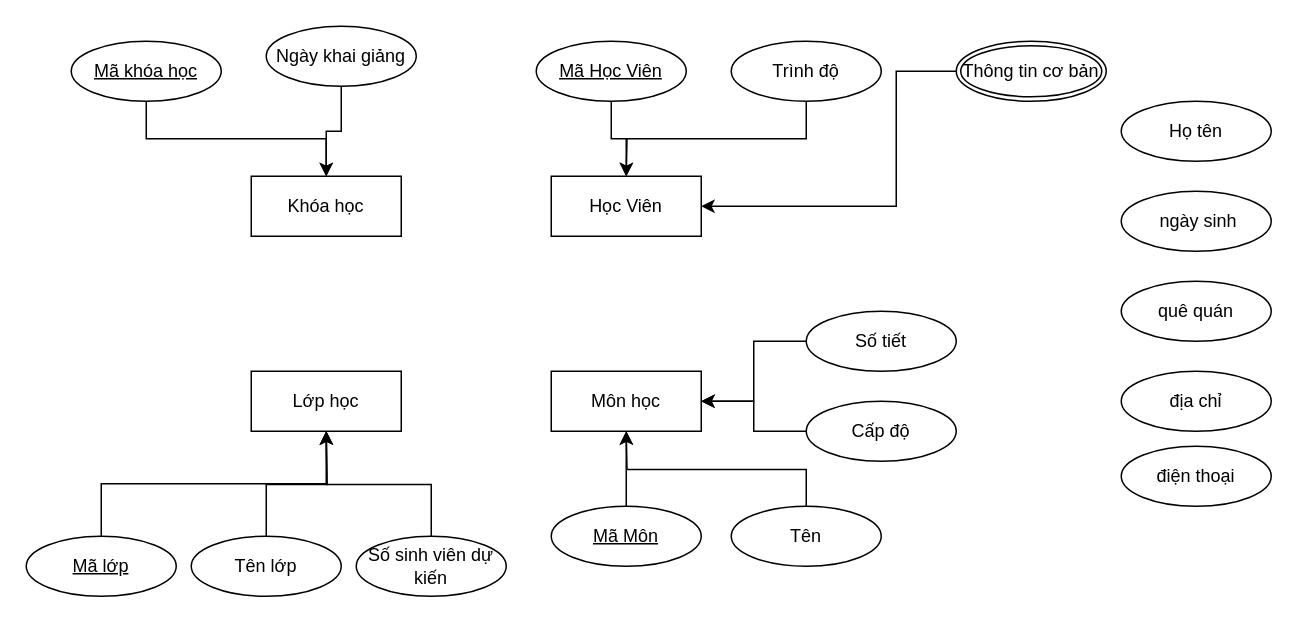
reality8080/DB_Chapter5_HW keeps this draw.io diagram as DB_Chapter5_HW.drawio. Above is the earlier version. Source tidied: cells renumbered, new cells numbered last; positions are measured from the earlier drawing's top-left corner, leaving out a move shared by most shapes. Both pictures are drawn from the tidied source at 150%, with x=0, y=0 at pixel (26, 26).
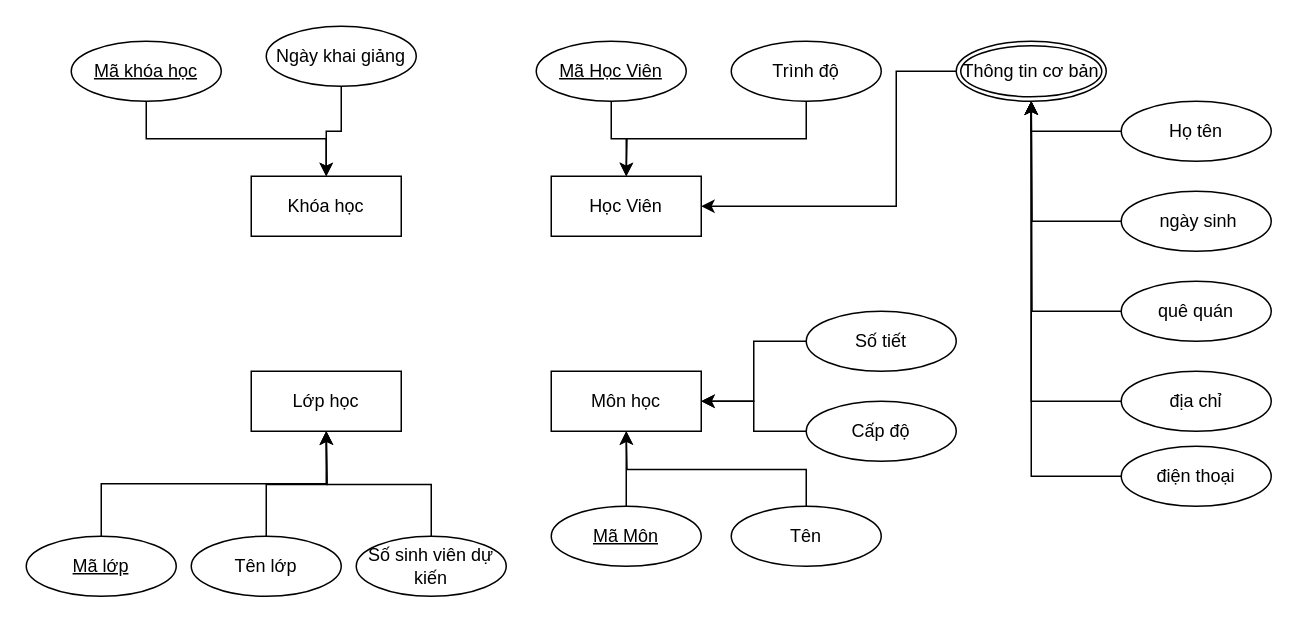
After the change.

Unchanged cells that the change refers to:
```xml
<mxCell id="29" value="Thông tin cơ bản" style="ellipse;shape=doubleEllipse;margin=3;whiteSpace=wrap;html=1;align=center;" parent="1" vertex="1">
  <mxGeometry x="620" y="10" width="100" height="40" as="geometry" />
</mxCell>
<mxCell id="30" value="&amp;nbsp;ngày sinh" style="ellipse;whiteSpace=wrap;html=1;align=center;" parent="1" vertex="1">
  <mxGeometry x="730" y="110" width="100" height="40" as="geometry" />
</mxCell>
<mxCell id="31" value=" quê quán" style="ellipse;whiteSpace=wrap;html=1;align=center;" parent="1" vertex="1">
  <mxGeometry x="730" y="170" width="100" height="40" as="geometry" />
</mxCell>
<mxCell id="32" value="Họ tên" style="ellipse;whiteSpace=wrap;html=1;align=center;" parent="1" vertex="1">
  <mxGeometry x="730" y="50" width="100" height="40" as="geometry" />
</mxCell>
<mxCell id="33" value=" địa chỉ" style="ellipse;whiteSpace=wrap;html=1;align=center;" parent="1" vertex="1">
  <mxGeometry x="730" y="230" width="100" height="40" as="geometry" />
</mxCell>
<mxCell id="34" value="điện thoại" style="ellipse;whiteSpace=wrap;html=1;align=center;" parent="1" vertex="1">
  <mxGeometry x="730" y="280" width="100" height="40" as="geometry" />
</mxCell>
```

What changed in the source:
```diff
@@
+    <mxCell id="35" style="edgeStyle=orthogonalEdgeStyle;rounded=0;jettySize=auto;html=1;exitX=0;exitY=0.5;exitDx=0;exitDy=0;" parent="1" edge="1" source="30">
+      <mxGeometry relative="1" as="geometry">
+        <mxPoint x="670" y="50" as="targetPoint" />
+      </mxGeometry>
+    </mxCell>
@@
+    <mxCell id="36" style="edgeStyle=orthogonalEdgeStyle;rounded=0;jettySize=auto;html=1;exitX=0;exitY=0.5;exitDx=0;exitDy=0;" parent="1" edge="1" source="31">
+      <mxGeometry relative="1" as="geometry">
+        <mxPoint x="670" y="50" as="targetPoint" />
+      </mxGeometry>
+    </mxCell>
@@
+    <mxCell id="37" style="edgeStyle=orthogonalEdgeStyle;rounded=0;jettySize=auto;html=1;exitX=0;exitY=0.5;exitDx=0;exitDy=0;entryX=0.5;entryY=1;entryDx=0;entryDy=0;" parent="1" edge="1" source="32" target="29">
+      <mxGeometry relative="1" as="geometry" />
+    </mxCell>
@@
+    <mxCell id="38" style="edgeStyle=orthogonalEdgeStyle;rounded=0;jettySize=auto;html=1;exitX=0;exitY=0.5;exitDx=0;exitDy=0;" parent="1" edge="1" source="33" target="29">
+      <mxGeometry relative="1" as="geometry" />
+    </mxCell>
@@
+    <mxCell id="39" style="edgeStyle=orthogonalEdgeStyle;rounded=0;jettySize=auto;html=1;exitX=0;exitY=0.5;exitDx=0;exitDy=0;" parent="1" edge="1" source="34" target="29">
+      <mxGeometry relative="1" as="geometry" />
+    </mxCell>
```
